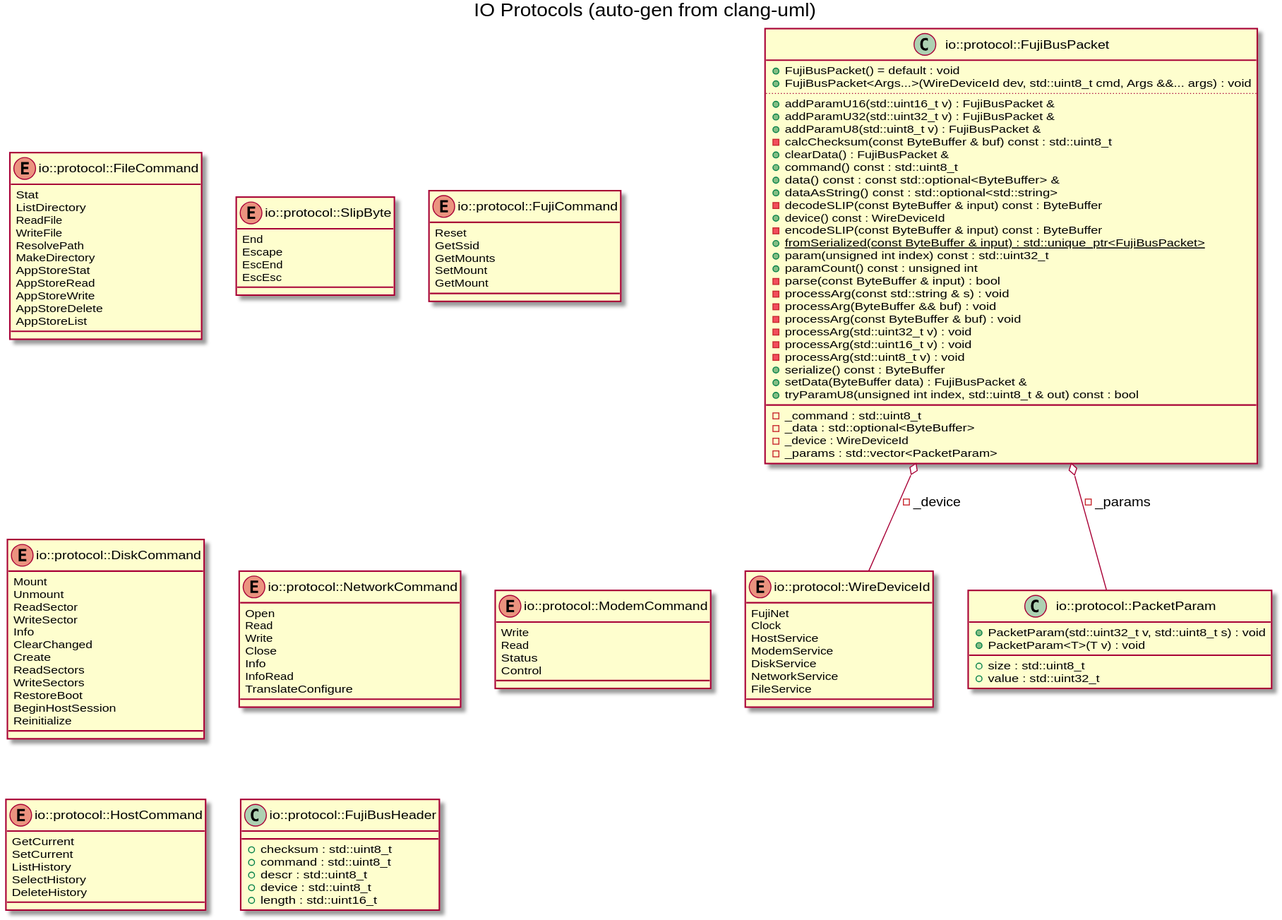
Before: docs/images/gen_io_protocol.svg, a diagram exported from PlantUML (markjfisher/fujinet-nio).
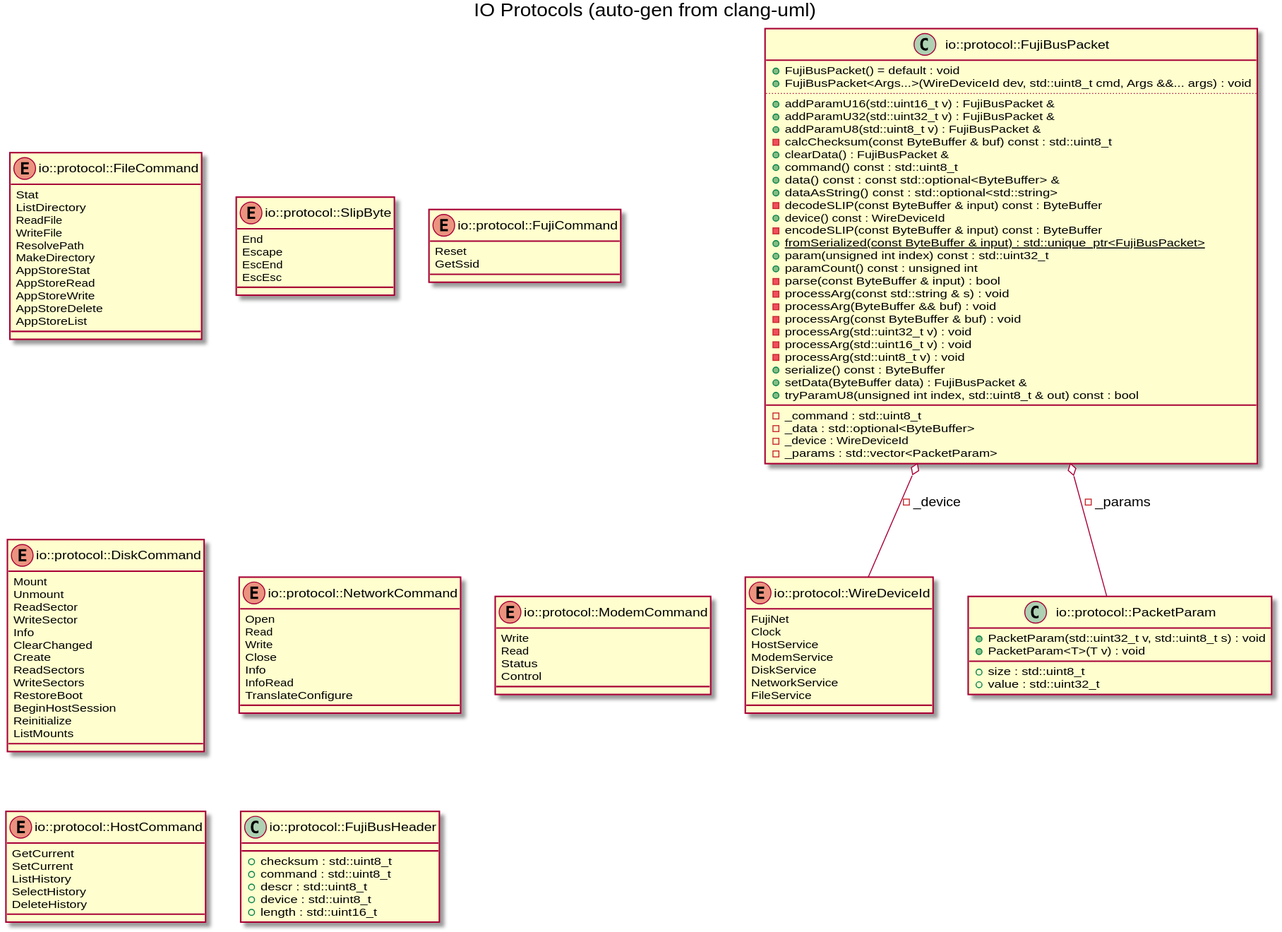
The same file after the commit.

What changed in the source:
```diff
@@ -78,9 +78,6 @@
 enum C_0004628219160953719395 {
 Reset
 GetSsid
-GetMounts
-SetMount
-GetMount
 }
 enum "io::protocol::DiskCommand" as C_0015699043703645047876
 enum C_0015699043703645047876 {
@@ -96,6 +93,7 @@
 RestoreBoot
 BeginHostSession
 Reinitialize
+ListMounts
 }
 enum "io::protocol::NetworkCommand" as C_0007700754280455587098
 enum C_0007700754280455587098 {
```
